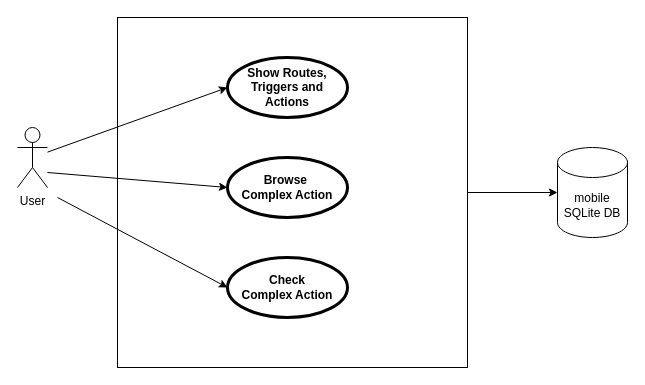
Before: doc/UseCase.drawio in Djelloul-Briksi/Portfolio-Software-Engineering, a draw.io diagram. Source tidied: cells renumbered, new cells numbered last; positions are measured from the earlier drawing's top-left corner, leaving out a move shared by most shapes. Both pictures are drawn from the tidied source at 100%, with x=0, y=0 at pixel (17, 17).
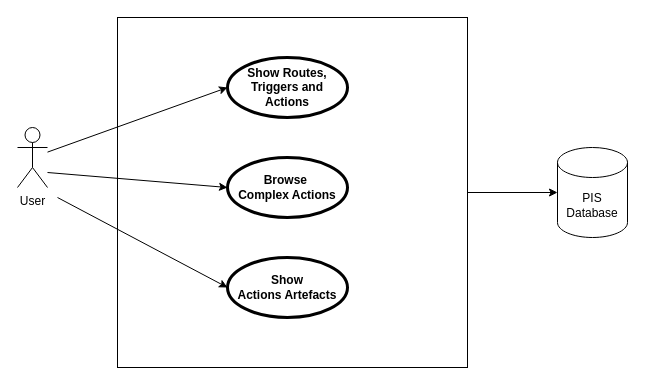
The same diagram, later.

What changed in the source:
```diff
@@
 <mxGraphModel>
   <root>
     <mxCell id="0" />
     <mxCell id="1" parent="0" />
     <mxCell id="2" style="whiteSpace=wrap;html=1;" parent="1" vertex="1">
       <mxGeometry x="100" width="350" height="350" as="geometry" />
     </mxCell>
     <mxCell id="3" style="rounded=0;jettySize=auto;html=1;entryX=0;entryY=0.5;entryDx=0;entryDy=0;" parent="1" edge="1" source="4" target="5">
       <mxGeometry relative="1" as="geometry" />
     </mxCell>
     <mxCell id="4" value="User" style="shape=umlActor;html=1;verticalLabelPosition=bottom;verticalAlign=top;align=center;" parent="1" vertex="1">
       <mxGeometry y="110" width="30" height="60" as="geometry" />
     </mxCell>
     <mxCell id="5" value="Show Routes, Triggers and Actions" style="shape=ellipse;html=1;strokeWidth=3;fontStyle=1;whiteSpace=wrap;align=center;perimeter=ellipsePerimeter;" parent="1" vertex="1">
       <mxGeometry x="210" y="40" width="120" height="60" as="geometry" />
     </mxCell>
-    <mxCell id="6" value="Browse&amp;nbsp;&lt;div&gt;Complex Action&lt;/div&gt;" style="shape=ellipse;html=1;strokeWidth=3;fontStyle=1;whiteSpace=wrap;align=center;perimeter=ellipsePerimeter;" parent="1" vertex="1">
+    <mxCell id="6" value="Browse&amp;nbsp;&lt;div&gt;Complex Actions&lt;/div&gt;" style="shape=ellipse;html=1;strokeWidth=3;fontStyle=1;whiteSpace=wrap;align=center;perimeter=ellipsePerimeter;" parent="1" vertex="1">
       <mxGeometry x="210" y="140" width="120" height="60" as="geometry" />
     </mxCell>
-    <mxCell id="7" value="Check&lt;div&gt;Complex Action&lt;/div&gt;" style="shape=ellipse;html=1;strokeWidth=3;fontStyle=1;whiteSpace=wrap;align=center;perimeter=ellipsePerimeter;" parent="1" vertex="1">
+    <mxCell id="7" value="Show&lt;div&gt;Actions Artefacts&lt;/div&gt;" style="shape=ellipse;html=1;strokeWidth=3;fontStyle=1;whiteSpace=wrap;align=center;perimeter=ellipsePerimeter;" parent="1" vertex="1">
       <mxGeometry x="210" y="240" width="120" height="60" as="geometry" />
     </mxCell>
     <mxCell id="8" style="rounded=0;jettySize=auto;html=1;entryX=0;entryY=0.5;entryDx=0;entryDy=0;" parent="1" edge="1" target="6">
       <mxGeometry relative="1" as="geometry">
         <mxPoint x="30" y="155" as="sourcePoint" />
       </mxGeometry>
     </mxCell>
     <mxCell id="9" style="rounded=0;jettySize=auto;html=1;entryX=0;entryY=0.5;entryDx=0;entryDy=0;" parent="1" edge="1" target="7">
       <mxGeometry relative="1" as="geometry">
         <mxPoint x="40" y="180" as="sourcePoint" />
       </mxGeometry>
     </mxCell>
-    <mxCell id="10" value="mobile SQLite DB" style="shape=cylinder3;whiteSpace=wrap;html=1;boundedLbl=1;backgroundOutline=1;size=15;" parent="1" vertex="1">
+    <mxCell id="10" value="PIS&lt;div&gt;Database&lt;/div&gt;" style="shape=cylinder3;whiteSpace=wrap;html=1;boundedLbl=1;backgroundOutline=1;size=15;" parent="1" vertex="1">
       <mxGeometry x="540" y="130" width="70" height="90" as="geometry" />
     </mxCell>
     <mxCell id="11" style="edgeStyle=orthogonalEdgeStyle;rounded=0;jettySize=auto;html=1;exitX=1;exitY=0.5;exitDx=0;exitDy=0;entryX=0;entryY=0.5;entryDx=0;entryDy=0;entryPerimeter=0;" parent="1" edge="1" source="2" target="10">
       <mxGeometry relative="1" as="geometry" />
     </mxCell>
   </root>
 </mxGraphModel>
```
